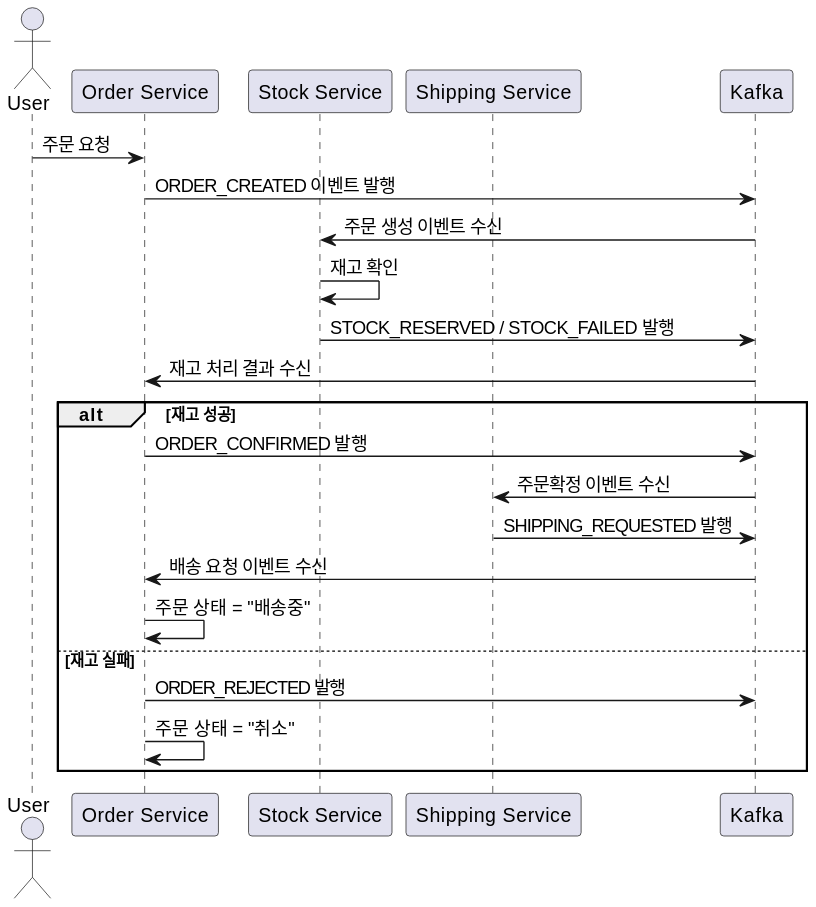
Before: doc/order.svg, a diagram exported from PlantUML (runnz121/OrderStream).
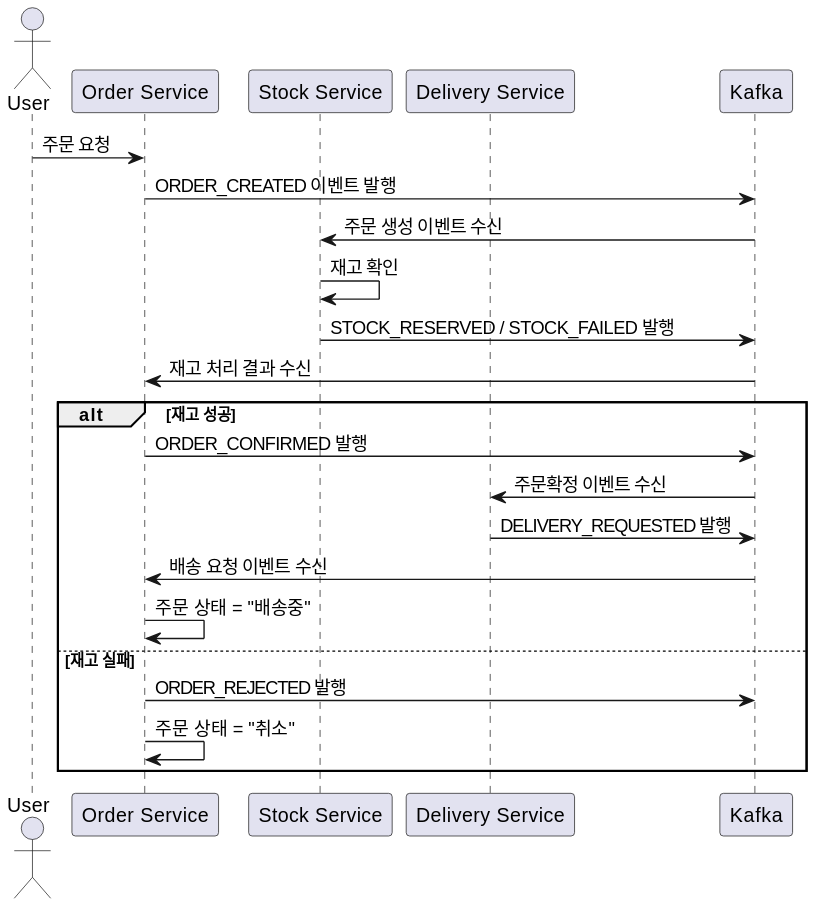
The same diagram one commit later.

Commit message:
[docs] fix typo (shipping -> delivery)

Diff of the diagram source:
```diff
@@ -2,7 +2,7 @@
 actor User
 participant "Order Service" as Order
 participant "Stock Service" as Stock
-participant "Shipping Service" as Shipping
+participant "Delivery Service" as Delivery
 
 User -> Order: 주문 요청
 Order -> Kafka: ORDER_CREATED 이벤트 발행
@@ -14,8 +14,8 @@
 Kafka -> Order: 재고 처리 결과 수신
 alt 재고 성공
     Order -> Kafka: ORDER_CONFIRMED 발행
-    Kafka -> Shipping: 주문확정 이벤트 수신
-    Shipping -> Kafka: SHIPPING_REQUESTED 발행
+    Kafka -> Delivery: 주문확정 이벤트 수신
+    Delivery -> Kafka: DELIVERY_REQUESTED 발행
     Kafka -> Order: 배송 요청 이벤트 수신
     Order -> Order: 주문 상태 = "배송중"
 else 재고 실패
```
